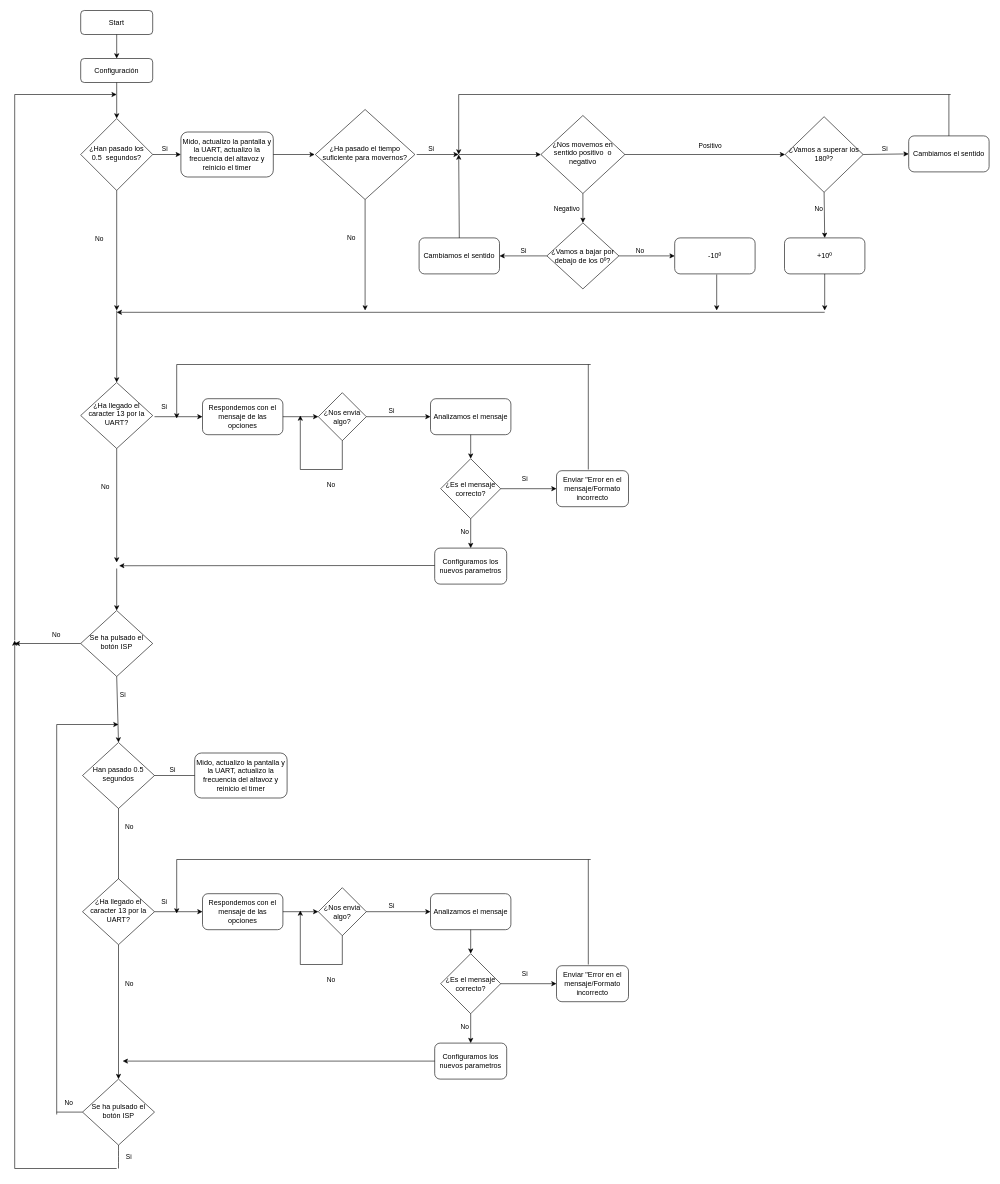
LesmusTrompiz/SED_EC_JO_20-21 keeps this draw.io diagram as Documentación/Sed_Automatico.drawio. Above is the earlier version. Source tidied: cells renumbered, new cells numbered last; positions are measured from the earlier drawing's top-left corner, leaving out a move shared by most shapes. Both pictures are drawn from the tidied source at 60%, with x=0, y=0 at pixel (14, 10).
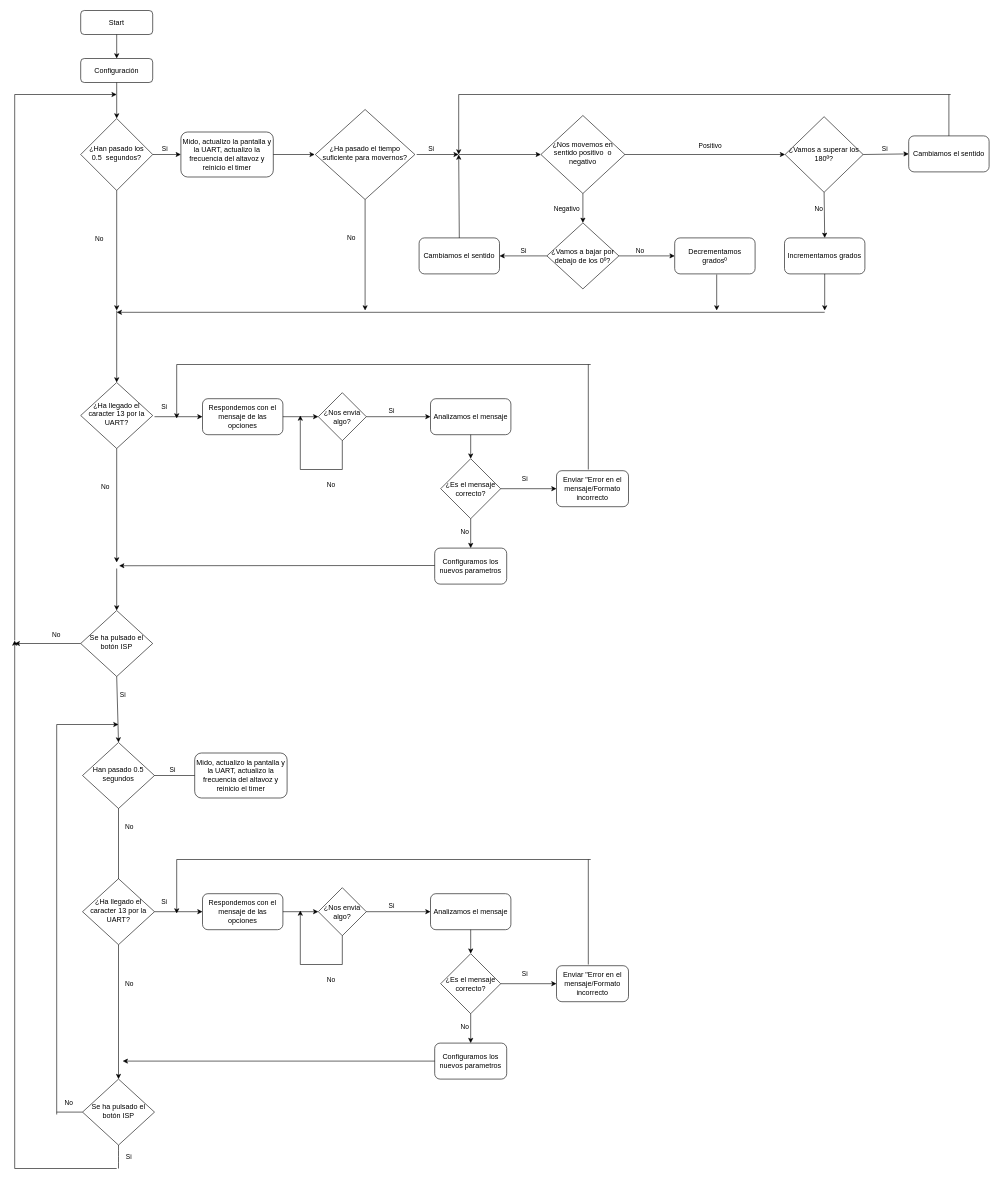
The same diagram, later.

Commit message (it also covers changes not shown here):
Errores encontrados

Diff of the diagram source:
```diff
@@
-    <mxCell id="14" value="+10º" style="rounded=1;whiteSpace=wrap;html=1;fontSize=12;glass=0;strokeWidth=1;shadow=0;" parent="1" vertex="1">
+    <mxCell id="14" value="Incrementamos grados" style="rounded=1;whiteSpace=wrap;html=1;fontSize=12;glass=0;strokeWidth=1;shadow=0;" parent="1" vertex="1">
       <mxGeometry x="1283" y="379" width="134" height="60" as="geometry" />
     </mxCell>
@@
-    <mxCell id="17" value="-10º" style="rounded=1;whiteSpace=wrap;html=1;fontSize=12;glass=0;strokeWidth=1;shadow=0;" parent="1" vertex="1">
+    <mxCell id="17" value="Decrementamos gradosº" style="rounded=1;whiteSpace=wrap;html=1;fontSize=12;glass=0;strokeWidth=1;shadow=0;" parent="1" vertex="1">
       <mxGeometry x="1100" y="379" width="134" height="60" as="geometry" />
     </mxCell>
```
